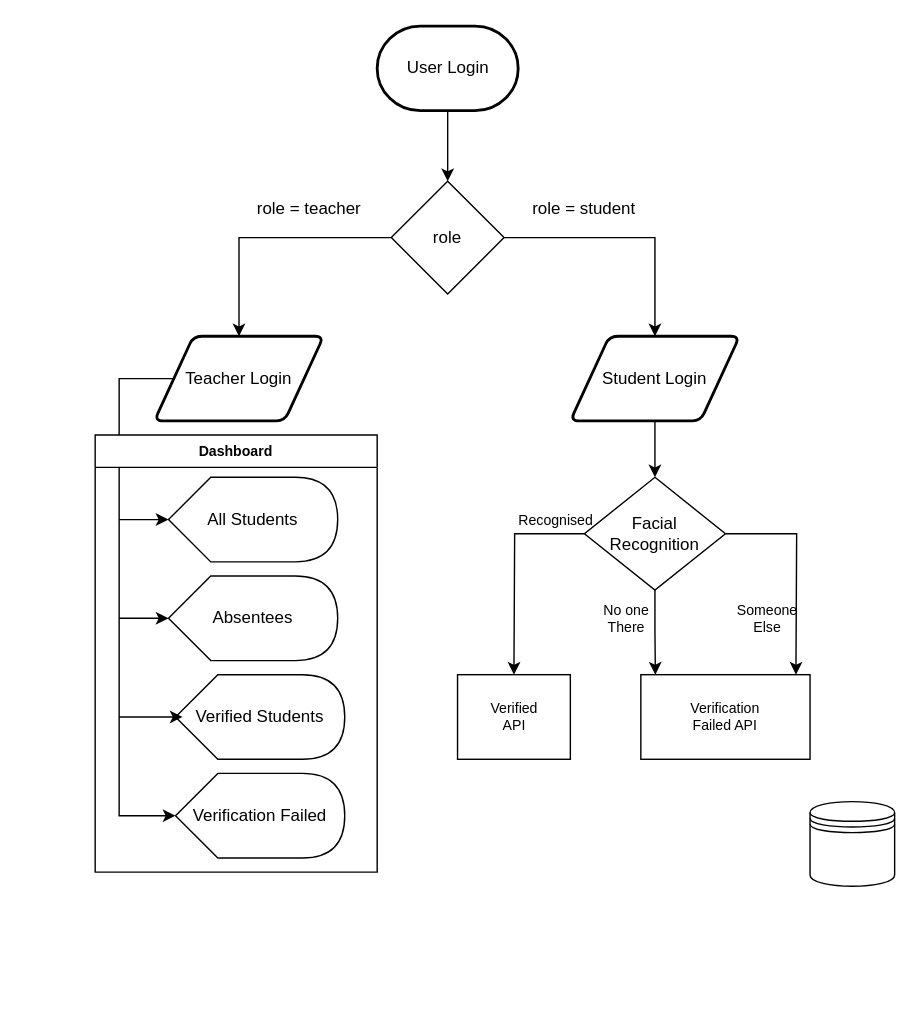
Earlier version of the draw.io diagram labeled_images/Untitled Diagram.drawio (TheRealTechWiz/thirdeye). Source tidied: cells renumbered, new cells numbered last; positions are measured from the earlier drawing's top-left corner, leaving out a move shared by most shapes. Both pictures are drawn from the tidied source at 141%, with x=0, y=0 at pixel (94, 25).
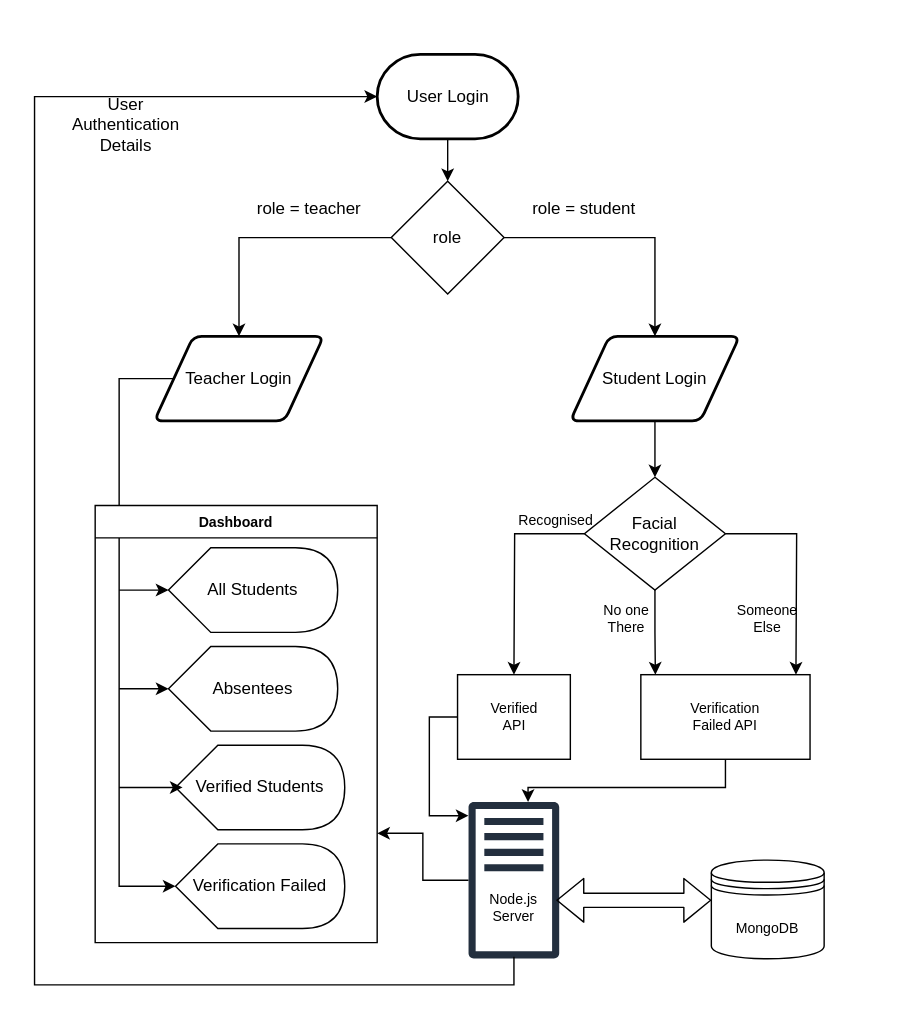
Above is the later version.

The change refers to these unchanged cells:
```xml
<mxCell id="2" style="shape=parallelogram;html=1;strokeWidth=2;perimeter=parallelogramPerimeter;whiteSpace=wrap;rounded=1;arcSize=12;size=0.23;" parent="1" vertex="1">
  <mxGeometry x="42" y="220" width="120" height="60" as="geometry" />
</mxCell>
<mxCell id="37" style="rounded=0;whiteSpace=wrap;html=1;fontSize=10;" parent="1" vertex="1">
  <mxGeometry x="257" y="460" width="80" height="60" as="geometry" />
</mxCell>
<mxCell id="38" style="rounded=0;whiteSpace=wrap;html=1;fontSize=10;" parent="1" vertex="1">
  <mxGeometry x="387" y="460" width="120" height="60" as="geometry" />
</mxCell>
```

The edit, as a diff of the source:
```diff
@@
     <mxCell id="5" style="edgeStyle=orthogonalEdgeStyle;rounded=0;jettySize=auto;html=1;entryX=0;entryY=0.5;entryDx=0;entryDy=0;entryPerimeter=0;exitX=0;exitY=0.5;exitDx=0;exitDy=0;" parent="1" edge="1" source="2" target="11">
       <mxGeometry relative="1" as="geometry">
         <Array as="points">
           <mxPoint x="17" y="250" />
-          <mxPoint x="17" y="560" />
+          <mxPoint x="17" y="610" />
         </Array>
       </mxGeometry>
     </mxCell>
@@
     <mxCell id="8" style="shape=display;whiteSpace=wrap;html=1;" parent="1" vertex="1">
-      <mxGeometry x="52" y="320" width="120" height="60" as="geometry" />
+      <mxGeometry x="52" y="370" width="120" height="60" as="geometry" />
     </mxCell>
     <mxCell id="9" style="shape=display;whiteSpace=wrap;html=1;" parent="1" vertex="1">
-      <mxGeometry x="52" y="390" width="120" height="60" as="geometry" />
+      <mxGeometry x="52" y="440" width="120" height="60" as="geometry" />
     </mxCell>
     <mxCell id="10" style="shape=display;whiteSpace=wrap;html=1;" parent="1" vertex="1">
-      <mxGeometry x="57" y="460" width="120" height="60" as="geometry" />
+      <mxGeometry x="57" y="510" width="120" height="60" as="geometry" />
     </mxCell>
     <mxCell id="11" style="shape=display;whiteSpace=wrap;html=1;" parent="1" vertex="1">
-      <mxGeometry x="57" y="530" width="120" height="60" as="geometry" />
+      <mxGeometry x="57" y="580" width="120" height="60" as="geometry" />
     </mxCell>
     <mxCell id="12" value="All Students" style="text;html=1;strokeColor=none;fillColor=none;align=center;verticalAlign=middle;whiteSpace=wrap;rounded=0;" parent="1" vertex="1">
-      <mxGeometry x="77" y="340" width="70" height="20" as="geometry" />
+      <mxGeometry x="77" y="390" width="70" height="20" as="geometry" />
     </mxCell>
     <mxCell id="13" value="Absentees" style="text;html=1;strokeColor=none;fillColor=none;align=center;verticalAlign=middle;whiteSpace=wrap;rounded=0;" parent="1" vertex="1">
-      <mxGeometry x="77" y="410" width="70" height="20" as="geometry" />
+      <mxGeometry x="77" y="460" width="70" height="20" as="geometry" />
     </mxCell>
     <mxCell id="14" value="Verified Students" style="text;html=1;strokeColor=none;fillColor=none;align=center;verticalAlign=middle;whiteSpace=wrap;rounded=0;" parent="1" vertex="1">
-      <mxGeometry x="62" y="480" width="110" height="20" as="geometry" />
+      <mxGeometry x="62" y="530" width="110" height="20" as="geometry" />
     </mxCell>
     <mxCell id="15" value="Verification Failed" style="text;html=1;strokeColor=none;fillColor=none;align=center;verticalAlign=middle;whiteSpace=wrap;rounded=0;" parent="1" vertex="1">
-      <mxGeometry x="62" y="550" width="110" height="20" as="geometry" />
+      <mxGeometry x="62" y="600" width="110" height="20" as="geometry" />
     </mxCell>
@@
     <mxCell id="19" style="strokeWidth=2;html=1;shape=mxgraph.flowchart.terminator;whiteSpace=wrap;noLabel=0;" parent="1" vertex="1">
-      <mxGeometry x="200" width="100" height="60" as="geometry" />
+      <mxGeometry x="200" y="20" width="100" height="60" as="geometry" />
     </mxCell>
     <mxCell id="20" value="User Login" style="text;html=1;strokeColor=none;fillColor=none;align=center;verticalAlign=middle;whiteSpace=wrap;rounded=0;" parent="1" vertex="1">
-      <mxGeometry x="213" y="20" width="75" height="20" as="geometry" />
+      <mxGeometry x="213" y="40" width="75" height="20" as="geometry" />
     </mxCell>
@@
     <mxCell id="25" style="endArrow=classic;html=1;entryX=0;entryY=0.5;entryDx=0;entryDy=0;entryPerimeter=0;" parent="1" edge="1" target="8">
       <mxGeometry relative="1" as="geometry">
-        <mxPoint x="17" y="350" as="sourcePoint" />
+        <mxPoint x="17" y="400" as="sourcePoint" />
       </mxGeometry>
     </mxCell>
     <mxCell id="26" style="endArrow=classic;html=1;entryX=0;entryY=0.5;entryDx=0;entryDy=0;entryPerimeter=0;" parent="1" edge="1" target="9">
       <mxGeometry relative="1" as="geometry">
-        <mxPoint x="17" y="420" as="sourcePoint" />
+        <mxPoint x="17" y="470" as="sourcePoint" />
       </mxGeometry>
     </mxCell>
     <mxCell id="27" style="endArrow=classic;html=1;entryX=0;entryY=0.5;entryDx=0;entryDy=0;" parent="1" edge="1" target="14">
       <mxGeometry relative="1" as="geometry">
-        <mxPoint x="17" y="490" as="sourcePoint" />
+        <mxPoint x="17" y="540" as="sourcePoint" />
       </mxGeometry>
     </mxCell>
@@
     <mxCell id="36" value="Dashboard" style="swimlane;fontSize=10;" parent="1" vertex="1">
-      <mxGeometry y="290" width="200" height="310" as="geometry" />
+      <mxGeometry y="340" width="200" height="310" as="geometry" />
     </mxCell>
+    <mxCell id="42" style="edgeStyle=orthogonalEdgeStyle;rounded=0;jettySize=auto;html=1;exitX=0;exitY=0.5;exitDx=0;exitDy=0;fontSize=10;" parent="1" edge="1" source="37" target="45">
+      <mxGeometry relative="1" as="geometry">
+        <Array as="points">
+          <mxPoint x="237" y="490" />
+          <mxPoint x="237" y="560" />
+        </Array>
+      </mxGeometry>
+    </mxCell>
@@
+    <mxCell id="43" style="edgeStyle=orthogonalEdgeStyle;rounded=0;jettySize=auto;html=1;fontSize=10;" parent="1" edge="1" source="38" target="45">
+      <mxGeometry relative="1" as="geometry">
+        <Array as="points">
+          <mxPoint x="447" y="540" />
+          <mxPoint x="307" y="540" />
+        </Array>
+      </mxGeometry>
+    </mxCell>
@@
     <mxCell id="41" style="shape=datastore;whiteSpace=wrap;html=1;fontSize=10;" parent="1" vertex="1">
-      <mxGeometry x="507" y="550" width="60" height="60" as="geometry" />
+      <mxGeometry x="437" y="591.5" width="80" height="70" as="geometry" />
     </mxCell>
+    <mxCell id="44" style="edgeStyle=orthogonalEdgeStyle;rounded=0;jettySize=auto;html=1;entryX=1;entryY=0.75;entryDx=0;entryDy=0;fontSize=10;" parent="1" edge="1" source="45" target="36">
+      <mxGeometry relative="1" as="geometry" />
+    </mxCell>
+    <mxCell id="45" style="outlineConnect=0;fontColor=#232F3E;gradientColor=none;fillColor=#232F3E;strokeColor=none;dashed=0;verticalLabelPosition=bottom;verticalAlign=top;align=center;html=1;fontSize=12;fontStyle=0;shape=mxgraph.aws4.traditional_server;" parent="1" vertex="1">
+      <mxGeometry x="264.8" y="550" width="64.3" height="111.5" as="geometry" />
+    </mxCell>
+    <mxCell id="46" style="shape=flexArrow;endArrow=classic;startArrow=classic;html=1;fontSize=10;" parent="1" edge="1">
+      <mxGeometry relative="1" as="geometry">
+        <mxPoint x="327" y="620" as="sourcePoint" />
+        <mxPoint x="437" y="620" as="targetPoint" />
+      </mxGeometry>
+    </mxCell>
+    <mxCell id="47" style="edgeStyle=orthogonalEdgeStyle;rounded=0;jettySize=auto;html=1;entryX=0;entryY=0.5;entryDx=0;entryDy=0;entryPerimeter=0;fontSize=10;" parent="1" edge="1" target="19">
+      <mxGeometry relative="1" as="geometry">
+        <mxPoint x="297" y="660" as="sourcePoint" />
+        <Array as="points">
+          <mxPoint x="297" y="680" />
+          <mxPoint x="-43" y="680" />
+          <mxPoint x="-43" y="50" />
+        </Array>
+      </mxGeometry>
+    </mxCell>
+    <mxCell id="48" value="Node.js&lt;br&gt;Server" style="text;html=1;strokeColor=none;fillColor=none;align=center;verticalAlign=middle;whiteSpace=wrap;rounded=0;fontSize=10;" parent="1" vertex="1">
+      <mxGeometry x="270" y="610" width="53.5" height="30" as="geometry" />
+    </mxCell>
+    <mxCell id="49" value="MongoDB" style="text;html=1;strokeColor=none;fillColor=none;align=center;verticalAlign=middle;whiteSpace=wrap;rounded=0;fontSize=10;" parent="1" vertex="1">
+      <mxGeometry x="457" y="630" width="40" height="20" as="geometry" />
+    </mxCell>
+    <mxCell id="50" value="&lt;font style=&quot;font-size: 12px&quot;&gt;User Authentication Details&lt;/font&gt;" style="text;html=1;strokeColor=none;fillColor=none;align=center;verticalAlign=middle;whiteSpace=wrap;rounded=0;fontSize=10;" parent="1" vertex="1">
+      <mxGeometry x="2" y="60" width="40" height="20" as="geometry" />
+    </mxCell>
```
